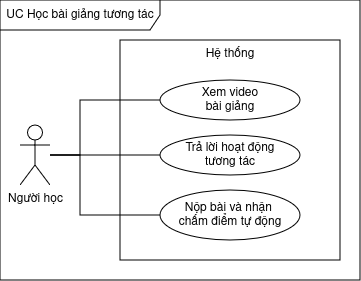
Above: tex/main/Hinhve/usecasephanra/usecasephanra_hocbaigiangtuongtac.png in tuyennguyentech/bachelor-thesis (draw.io), before the change. Source tidied: cells renumbered, new cells last; positions are measured from the earlier drawing's top-left corner, leaving out a move shared by most shapes. Source of this version:
```xml
<mxGraphModel>
  <root>
    <mxCell id="0" />
    <mxCell id="1" parent="0" />
    <mxCell id="2" value="UC Học bài giảng tương tác" style="shape=umlFrame;whiteSpace=wrap;html=1;width=160;" parent="1" vertex="1">
      <mxGeometry width="360" height="280" as="geometry" />
    </mxCell>
    <mxCell id="3" value="Hệ thống" style="rounded=0;whiteSpace=wrap;html=1;verticalAlign=top;" parent="2" vertex="1">
      <mxGeometry x="120" y="40" width="220" height="220" as="geometry" />
    </mxCell>
    <mxCell id="4" value="&lt;div&gt;Xem video&lt;/div&gt;&lt;div&gt;bài giảng&lt;/div&gt;" style="ellipse;whiteSpace=wrap;html=1;" parent="2" vertex="1">
      <mxGeometry x="160" y="80" width="140" height="40" as="geometry" />
    </mxCell>
    <mxCell id="5" value="&lt;div&gt;Trả lời hoạt động&lt;/div&gt;&lt;div&gt;tương tác&lt;/div&gt;" style="ellipse;whiteSpace=wrap;html=1;" parent="2" vertex="1">
      <mxGeometry x="160" y="135" width="140" height="40" as="geometry" />
    </mxCell>
    <mxCell id="6" value="&lt;div&gt;Nộp bài và nhận&amp;nbsp;&lt;/div&gt;&lt;div&gt;chấm điểm tự động&lt;/div&gt;" style="ellipse;whiteSpace=wrap;html=1;" parent="2" vertex="1">
      <mxGeometry x="160" y="190" width="140" height="50" as="geometry" />
    </mxCell>
    <mxCell id="7" style="edgeStyle=orthogonalEdgeStyle;rounded=0;jettySize=auto;html=1;entryX=0;entryY=0.5;entryDx=0;entryDy=0;endArrow=none;endFill=0;" parent="2" edge="1" source="10" target="5">
      <mxGeometry relative="1" as="geometry" />
    </mxCell>
    <mxCell id="8" style="edgeStyle=orthogonalEdgeStyle;rounded=0;jettySize=auto;html=1;entryX=0;entryY=0.5;entryDx=0;entryDy=0;endArrow=none;endFill=0;" parent="2" edge="1" source="10" target="4">
      <mxGeometry relative="1" as="geometry">
        <Array as="points">
          <mxPoint x="80" y="155" />
          <mxPoint x="80" y="100" />
        </Array>
      </mxGeometry>
    </mxCell>
    <mxCell id="9" style="edgeStyle=orthogonalEdgeStyle;rounded=0;jettySize=auto;html=1;entryX=0;entryY=0.5;entryDx=0;entryDy=0;endArrow=none;endFill=0;" parent="2" edge="1" source="10" target="6">
      <mxGeometry relative="1" as="geometry">
        <Array as="points">
          <mxPoint x="80" y="155" />
          <mxPoint x="80" y="215" />
        </Array>
      </mxGeometry>
    </mxCell>
    <mxCell id="10" value="Người học" style="shape=umlActor;verticalLabelPosition=bottom;verticalAlign=top;html=1;" parent="2" vertex="1">
      <mxGeometry x="20" y="125" width="30" height="60" as="geometry" />
    </mxCell>
  </root>
</mxGraphModel>
```
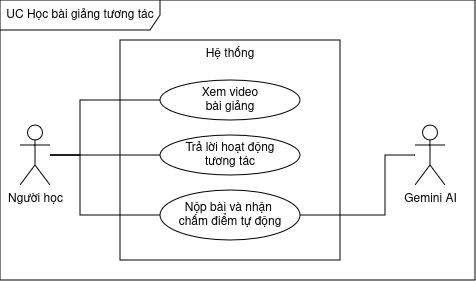
The same file after the commit.

Diff of the diagram source:
```diff
@@ -3,7 +3,7 @@
     <mxCell id="0" />
     <mxCell id="1" parent="0" />
     <mxCell id="2" value="UC Học bài giảng tương tác" style="shape=umlFrame;whiteSpace=wrap;html=1;width=160;" parent="1" vertex="1">
-      <mxGeometry width="360" height="280" as="geometry" />
+      <mxGeometry width="475" height="280" as="geometry" />
     </mxCell>
     <mxCell id="3" value="Hệ thống" style="rounded=0;whiteSpace=wrap;html=1;verticalAlign=top;" parent="2" vertex="1">
       <mxGeometry x="120" y="40" width="220" height="220" as="geometry" />
@@ -39,5 +39,16 @@
     <mxCell id="10" value="Người học" style="shape=umlActor;verticalLabelPosition=bottom;verticalAlign=top;html=1;" parent="2" vertex="1">
       <mxGeometry x="20" y="125" width="30" height="60" as="geometry" />
     </mxCell>
+    <mxCell id="11" style="edgeStyle=orthogonalEdgeStyle;rounded=0;jettySize=auto;html=1;entryX=1;entryY=0.5;entryDx=0;entryDy=0;endArrow=none;endFill=0;" parent="2" edge="1" source="12" target="6">
+      <mxGeometry relative="1" as="geometry">
+        <Array as="points">
+          <mxPoint x="385" y="155" />
+          <mxPoint x="385" y="215" />
+        </Array>
+      </mxGeometry>
+    </mxCell>
+    <mxCell id="12" value="Gemini AI" style="shape=umlActor;verticalLabelPosition=bottom;verticalAlign=top;html=1;" parent="2" vertex="1">
+      <mxGeometry x="415" y="125" width="30" height="60" as="geometry" />
+    </mxCell>
   </root>
 </mxGraphModel>
```
